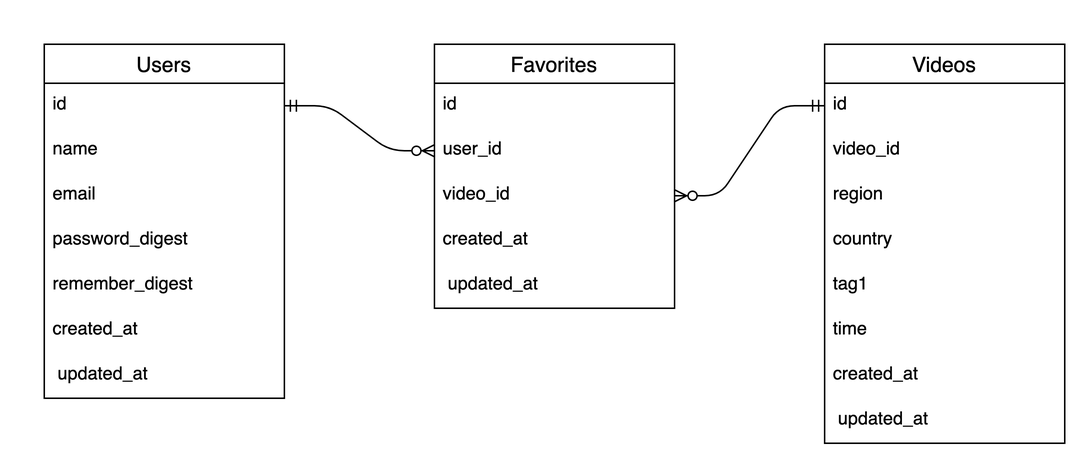
Earlier version of the draw.io export readme_images/ER_image.png (26krkz/virtualwalk). Source tidied: cells renumbered, new cells last; positions are measured from the earlier drawing's top-left corner, leaving out a move shared by most shapes. The source it was exported from:
```xml
<mxGraphModel>
  <root>
    <mxCell id="0" />
    <mxCell id="1" parent="0" />
    <mxCell id="2" value="Users" style="swimlane;fontStyle=0;horizontal=1;startSize=26;align=center;fontSize=14;" parent="1" vertex="1">
      <mxGeometry width="160" height="236" as="geometry" />
    </mxCell>
    <mxCell id="3" value="id" style="text;strokeColor=none;fillColor=none;spacingLeft=4;spacingRight=4;overflow=hidden;points=[[0,0.5],[1,0.5]];portConstraint=eastwest;fontSize=12;" parent="2" vertex="1">
      <mxGeometry y="26" width="160" height="30" as="geometry" />
    </mxCell>
    <mxCell id="4" value="name" style="text;strokeColor=none;fillColor=none;spacingLeft=4;spacingRight=4;overflow=hidden;fontSize=12;" parent="2" vertex="1">
      <mxGeometry y="56" width="160" height="30" as="geometry" />
    </mxCell>
    <mxCell id="5" value="email" style="text;strokeColor=none;fillColor=none;spacingLeft=4;spacingRight=4;overflow=hidden;fontSize=12;" parent="2" vertex="1">
      <mxGeometry y="86" width="160" height="30" as="geometry" />
    </mxCell>
    <mxCell id="6" value="password_digest" style="text;strokeColor=none;fillColor=none;spacingLeft=4;spacingRight=4;overflow=hidden;fontSize=12;" parent="2" vertex="1">
      <mxGeometry y="116" width="160" height="30" as="geometry" />
    </mxCell>
    <mxCell id="7" value="remember_digest" style="text;strokeColor=none;fillColor=none;spacingLeft=4;spacingRight=4;overflow=hidden;fontSize=12;" parent="2" vertex="1">
      <mxGeometry y="146" width="160" height="30" as="geometry" />
    </mxCell>
    <mxCell id="8" value="created_at" style="text;strokeColor=none;fillColor=none;spacingLeft=4;spacingRight=4;overflow=hidden;fontSize=12;" parent="2" vertex="1">
      <mxGeometry y="176" width="160" height="30" as="geometry" />
    </mxCell>
    <mxCell id="9" value=" updated_at" style="text;strokeColor=none;fillColor=none;spacingLeft=4;spacingRight=4;overflow=hidden;fontSize=12;" parent="2" vertex="1">
      <mxGeometry y="206" width="160" height="30" as="geometry" />
    </mxCell>
    <mxCell id="10" value="Videos" style="swimlane;fontStyle=0;horizontal=1;startSize=26;align=center;fontSize=14;" parent="1" vertex="1">
      <mxGeometry x="520" width="160" height="266" as="geometry" />
    </mxCell>
    <mxCell id="11" value="id" style="text;strokeColor=none;fillColor=none;spacingLeft=4;spacingRight=4;overflow=hidden;points=[[0,0.5],[1,0.5]];portConstraint=eastwest;fontSize=12;" parent="10" vertex="1">
      <mxGeometry y="26" width="160" height="30" as="geometry" />
    </mxCell>
    <mxCell id="12" value="video_id" style="text;strokeColor=none;fillColor=none;spacingLeft=4;spacingRight=4;overflow=hidden;fontSize=12;" parent="10" vertex="1">
      <mxGeometry y="56" width="160" height="30" as="geometry" />
    </mxCell>
    <mxCell id="13" value="region" style="text;strokeColor=none;fillColor=none;spacingLeft=4;spacingRight=4;overflow=hidden;fontSize=12;" parent="10" vertex="1">
      <mxGeometry y="86" width="160" height="30" as="geometry" />
    </mxCell>
    <mxCell id="14" value="country" style="text;strokeColor=none;fillColor=none;spacingLeft=4;spacingRight=4;overflow=hidden;fontSize=12;" parent="10" vertex="1">
      <mxGeometry y="116" width="160" height="30" as="geometry" />
    </mxCell>
    <mxCell id="15" value="tag1" style="text;strokeColor=none;fillColor=none;spacingLeft=4;spacingRight=4;overflow=hidden;fontSize=12;" parent="10" vertex="1">
      <mxGeometry y="146" width="160" height="30" as="geometry" />
    </mxCell>
    <mxCell id="16" value="time" style="text;strokeColor=none;fillColor=none;spacingLeft=4;spacingRight=4;overflow=hidden;fontSize=12;" parent="10" vertex="1">
      <mxGeometry y="176" width="160" height="30" as="geometry" />
    </mxCell>
    <mxCell id="17" value="created_at" style="text;strokeColor=none;fillColor=none;spacingLeft=4;spacingRight=4;overflow=hidden;fontSize=12;" parent="10" vertex="1">
      <mxGeometry y="206" width="160" height="30" as="geometry" />
    </mxCell>
    <mxCell id="18" value=" updated_at" style="text;strokeColor=none;fillColor=none;spacingLeft=4;spacingRight=4;overflow=hidden;fontSize=12;" parent="10" vertex="1">
      <mxGeometry y="236" width="160" height="30" as="geometry" />
    </mxCell>
    <mxCell id="19" value="Favorites" style="swimlane;fontStyle=0;horizontal=1;startSize=26;align=center;fontSize=14;" parent="1" vertex="1">
      <mxGeometry x="260" width="160" height="176" as="geometry" />
    </mxCell>
    <mxCell id="20" value="id" style="text;strokeColor=none;fillColor=none;spacingLeft=4;spacingRight=4;overflow=hidden;points=[[0,0.5],[1,0.5]];portConstraint=eastwest;fontSize=12;" parent="19" vertex="1">
      <mxGeometry y="26" width="160" height="30" as="geometry" />
    </mxCell>
    <mxCell id="21" value="user_id" style="text;strokeColor=none;fillColor=none;spacingLeft=4;spacingRight=4;overflow=hidden;points=[[0,0.5],[1,0.5]];portConstraint=eastwest;fontSize=12;" parent="19" vertex="1">
      <mxGeometry y="56" width="160" height="30" as="geometry" />
    </mxCell>
    <mxCell id="22" value="video_id" style="text;strokeColor=none;fillColor=none;spacingLeft=4;spacingRight=4;overflow=hidden;points=[[0,0.5],[1,0.5]];portConstraint=eastwest;fontSize=12;" parent="19" vertex="1">
      <mxGeometry y="86" width="160" height="30" as="geometry" />
    </mxCell>
    <mxCell id="23" value="created_at" style="text;strokeColor=none;fillColor=none;spacingLeft=4;spacingRight=4;overflow=hidden;fontSize=12;" parent="19" vertex="1">
      <mxGeometry y="116" width="160" height="30" as="geometry" />
    </mxCell>
    <mxCell id="24" value=" updated_at" style="text;strokeColor=none;fillColor=none;spacingLeft=4;spacingRight=4;overflow=hidden;fontSize=12;" parent="19" vertex="1">
      <mxGeometry y="146" width="160" height="30" as="geometry" />
    </mxCell>
    <mxCell id="25" style="edgeStyle=entityRelationEdgeStyle;fontSize=12;html=1;endArrow=ERzeroToMany;startArrow=ERmandOne;exitX=1;exitY=0.5;exitDx=0;exitDy=0;entryX=0;entryY=0.5;entryDx=0;entryDy=0;" parent="1" edge="1" source="3" target="21">
      <mxGeometry relative="1" as="geometry" />
    </mxCell>
    <mxCell id="26" style="edgeStyle=entityRelationEdgeStyle;fontSize=12;html=1;endArrow=ERmandOne;startArrow=ERzeroToMany;exitX=1;exitY=0.5;exitDx=0;exitDy=0;entryX=0;entryY=0.5;entryDx=0;entryDy=0;startFill=1;endFill=0;" parent="1" edge="1" source="22" target="11">
      <mxGeometry relative="1" as="geometry" />
    </mxCell>
  </root>
</mxGraphModel>
```
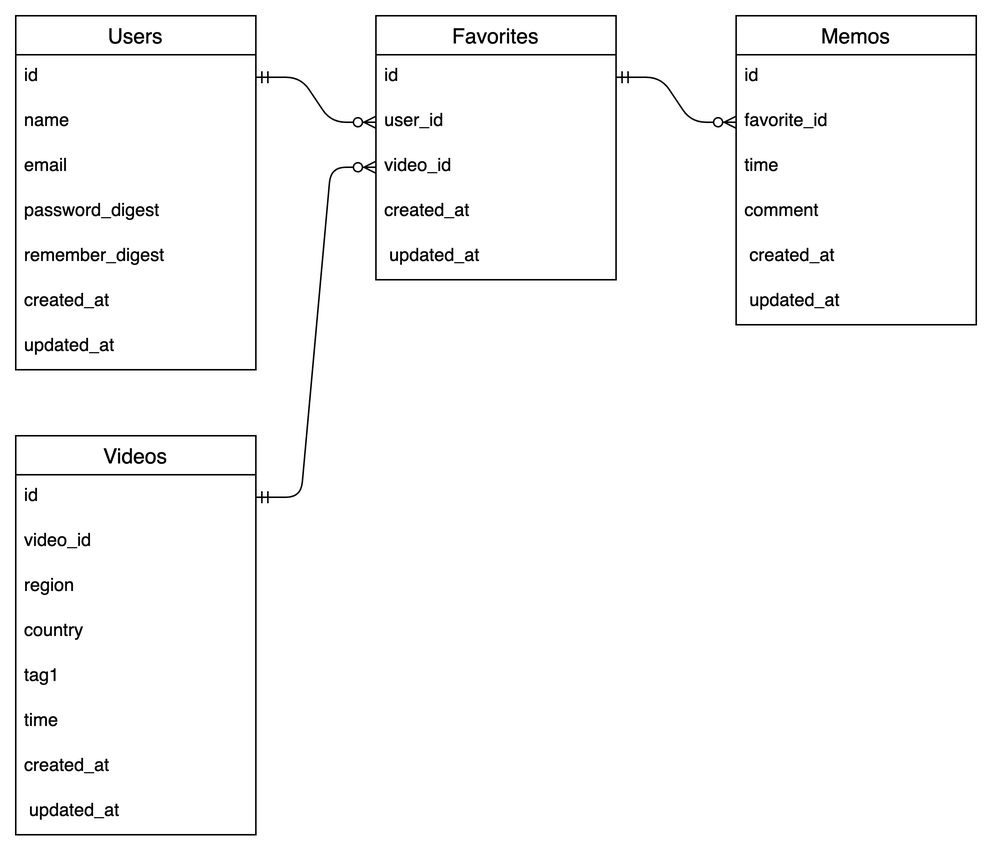
After the change.

What changed in the source:
```diff
@@ -3,7 +3,7 @@
     <mxCell id="0" />
     <mxCell id="1" parent="0" />
     <mxCell id="2" value="Users" style="swimlane;fontStyle=0;horizontal=1;startSize=26;align=center;fontSize=14;" parent="1" vertex="1">
-      <mxGeometry width="160" height="236" as="geometry" />
+      <mxGeometry y="10" width="160" height="236" as="geometry" />
     </mxCell>
     <mxCell id="3" value="id" style="text;strokeColor=none;fillColor=none;spacingLeft=4;spacingRight=4;overflow=hidden;points=[[0,0.5],[1,0.5]];portConstraint=eastwest;fontSize=12;" parent="2" vertex="1">
       <mxGeometry y="26" width="160" height="30" as="geometry" />
@@ -23,11 +23,11 @@
     <mxCell id="8" value="created_at" style="text;strokeColor=none;fillColor=none;spacingLeft=4;spacingRight=4;overflow=hidden;fontSize=12;" parent="2" vertex="1">
       <mxGeometry y="176" width="160" height="30" as="geometry" />
     </mxCell>
-    <mxCell id="9" value=" updated_at" style="text;strokeColor=none;fillColor=none;spacingLeft=4;spacingRight=4;overflow=hidden;fontSize=12;" parent="2" vertex="1">
+    <mxCell id="9" value="updated_at" style="text;strokeColor=none;fillColor=none;spacingLeft=4;spacingRight=4;overflow=hidden;fontSize=12;" parent="2" vertex="1">
       <mxGeometry y="206" width="160" height="30" as="geometry" />
     </mxCell>
     <mxCell id="10" value="Videos" style="swimlane;fontStyle=0;horizontal=1;startSize=26;align=center;fontSize=14;" parent="1" vertex="1">
-      <mxGeometry x="520" width="160" height="266" as="geometry" />
+      <mxGeometry y="290" width="160" height="266" as="geometry" />
     </mxCell>
     <mxCell id="11" value="id" style="text;strokeColor=none;fillColor=none;spacingLeft=4;spacingRight=4;overflow=hidden;points=[[0,0.5],[1,0.5]];portConstraint=eastwest;fontSize=12;" parent="10" vertex="1">
       <mxGeometry y="26" width="160" height="30" as="geometry" />
@@ -54,7 +54,7 @@
       <mxGeometry y="236" width="160" height="30" as="geometry" />
     </mxCell>
     <mxCell id="19" value="Favorites" style="swimlane;fontStyle=0;horizontal=1;startSize=26;align=center;fontSize=14;" parent="1" vertex="1">
-      <mxGeometry x="260" width="160" height="176" as="geometry" />
+      <mxGeometry x="240" y="10" width="160" height="176" as="geometry" />
     </mxCell>
     <mxCell id="20" value="id" style="text;strokeColor=none;fillColor=none;spacingLeft=4;spacingRight=4;overflow=hidden;points=[[0,0.5],[1,0.5]];portConstraint=eastwest;fontSize=12;" parent="19" vertex="1">
       <mxGeometry y="26" width="160" height="30" as="geometry" />
@@ -74,8 +74,32 @@
     <mxCell id="25" style="edgeStyle=entityRelationEdgeStyle;fontSize=12;html=1;endArrow=ERzeroToMany;startArrow=ERmandOne;exitX=1;exitY=0.5;exitDx=0;exitDy=0;entryX=0;entryY=0.5;entryDx=0;entryDy=0;" parent="1" edge="1" source="3" target="21">
       <mxGeometry relative="1" as="geometry" />
     </mxCell>
-    <mxCell id="26" style="edgeStyle=entityRelationEdgeStyle;fontSize=12;html=1;endArrow=ERmandOne;startArrow=ERzeroToMany;exitX=1;exitY=0.5;exitDx=0;exitDy=0;entryX=0;entryY=0.5;entryDx=0;entryDy=0;startFill=1;endFill=0;" parent="1" edge="1" source="22" target="11">
-      <mxGeometry relative="1" as="geometry" />
-    </mxCell>
+    <mxCell id="27" value="Memos" style="swimlane;fontStyle=0;horizontal=1;startSize=26;align=center;fontSize=14;" parent="1" vertex="1">
+      <mxGeometry x="480" y="10" width="160" height="206" as="geometry" />
+    </mxCell>
+    <mxCell id="28" value="id" style="text;strokeColor=none;fillColor=none;spacingLeft=4;spacingRight=4;overflow=hidden;fontSize=12;" parent="27" vertex="1">
+      <mxGeometry y="26" width="160" height="30" as="geometry" />
+    </mxCell>
+    <mxCell id="29" value="favorite_id" style="text;strokeColor=none;fillColor=none;spacingLeft=4;spacingRight=4;overflow=hidden;points=[[0,0.5],[1,0.5]];portConstraint=eastwest;fontSize=12;" parent="27" vertex="1">
+      <mxGeometry y="56" width="160" height="30" as="geometry" />
+    </mxCell>
+    <mxCell id="30" value="time" style="text;strokeColor=none;fillColor=none;spacingLeft=4;spacingRight=4;overflow=hidden;fontSize=12;" parent="27" vertex="1">
+      <mxGeometry y="86" width="160" height="30" as="geometry" />
+    </mxCell>
+    <mxCell id="31" value="comment" style="text;strokeColor=none;fillColor=none;spacingLeft=4;spacingRight=4;overflow=hidden;fontSize=12;" parent="27" vertex="1">
+      <mxGeometry y="116" width="160" height="30" as="geometry" />
+    </mxCell>
+    <mxCell id="32" value=" created_at" style="text;strokeColor=none;fillColor=none;spacingLeft=4;spacingRight=4;overflow=hidden;fontSize=12;" parent="27" vertex="1">
+      <mxGeometry y="146" width="160" height="30" as="geometry" />
+    </mxCell>
+    <mxCell id="33" value=" updated_at" style="text;strokeColor=none;fillColor=none;spacingLeft=4;spacingRight=4;overflow=hidden;fontSize=12;" parent="27" vertex="1">
+      <mxGeometry y="176" width="160" height="30" as="geometry" />
+    </mxCell>
+    <mxCell id="34" style="edgeStyle=entityRelationEdgeStyle;fontSize=12;html=1;endArrow=ERzeroToMany;startArrow=ERmandOne;exitX=1;exitY=0.5;exitDx=0;exitDy=0;entryX=0;entryY=0.5;entryDx=0;entryDy=0;" parent="1" edge="1" source="11" target="22">
+      <mxGeometry relative="1" as="geometry" />
+    </mxCell>
+    <mxCell id="35" style="edgeStyle=entityRelationEdgeStyle;fontSize=12;html=1;endArrow=ERzeroToMany;startArrow=ERmandOne;exitX=1;exitY=0.5;exitDx=0;exitDy=0;entryX=0;entryY=0.5;entryDx=0;entryDy=0;" parent="1" edge="1" source="20" target="29">
+      <mxGeometry relative="1" as="geometry" />
+    </mxCell>
   </root>
 </mxGraphModel>
```
